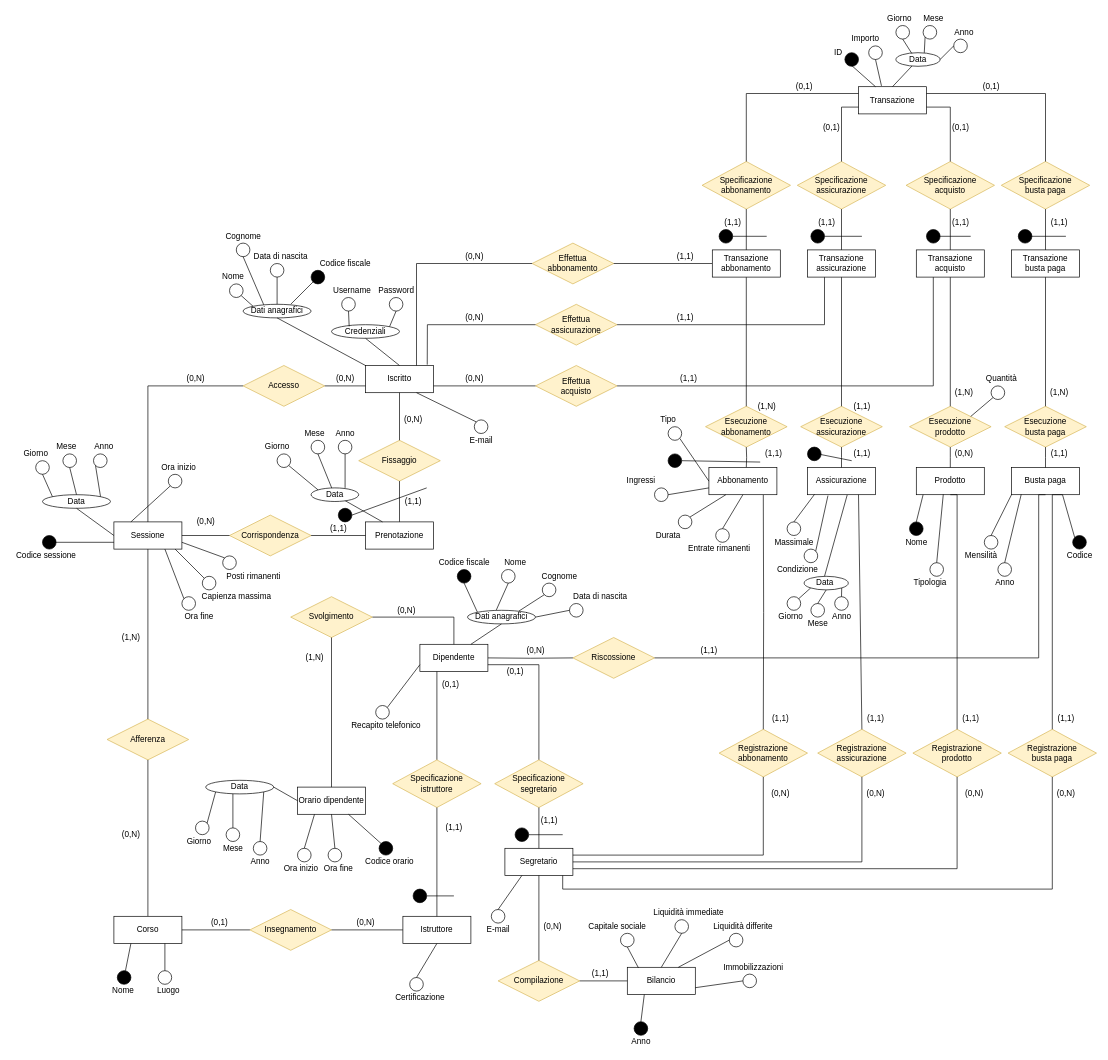
This is Diagrammi ER/ER_senza_gerarchie.drawio from DavideNunin/anconarockclimb, a draw.io file, before an edit. Source tidied: cells renumbered, new cells numbered last; positions are measured from the earlier drawing's top-left corner, leaving out a move shared by most shapes. Both pictures are drawn from the tidied source at 68%, with x=0, y=0 at pixel (12, 12).
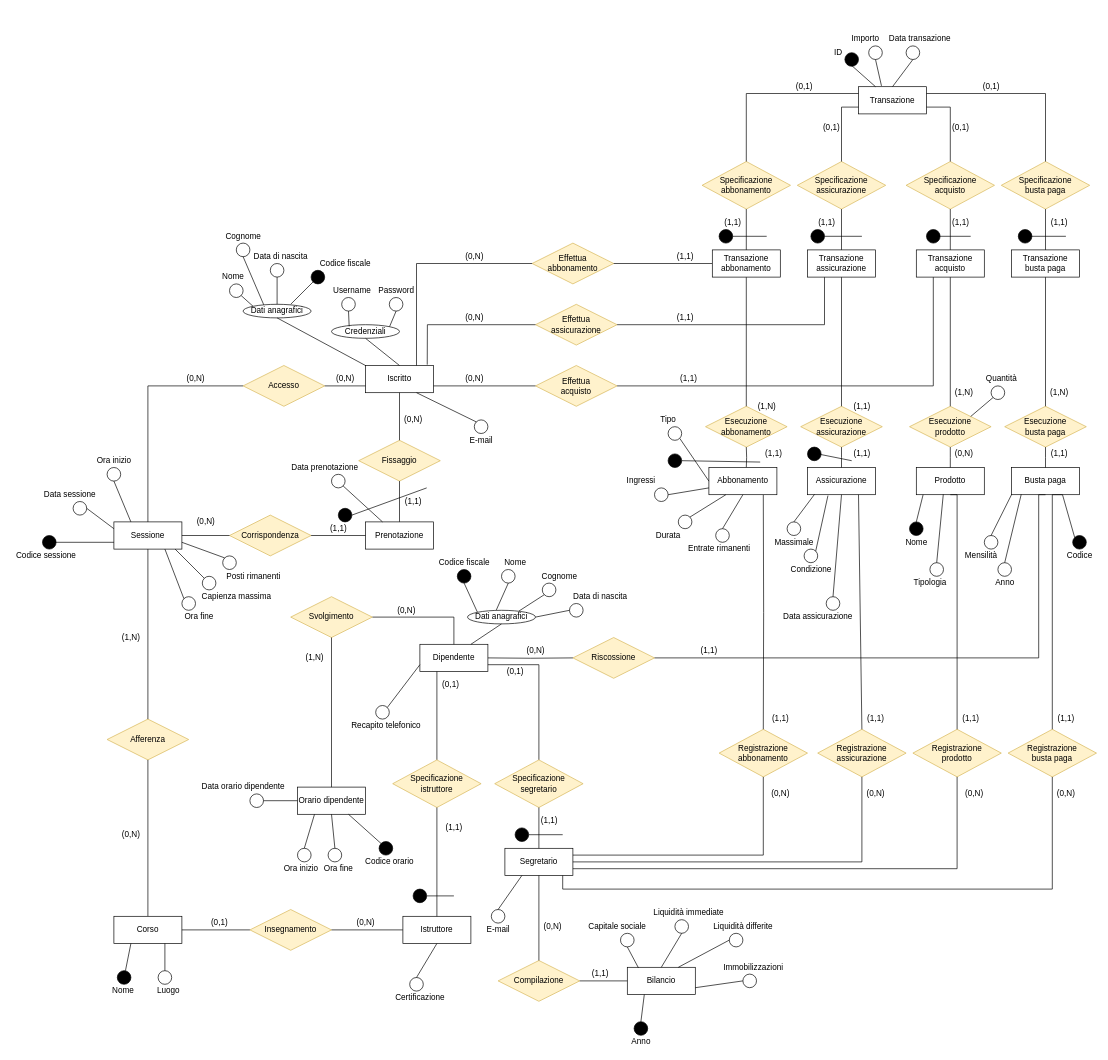
The same page after the edit.

The change refers to these unchanged cells:
```xml
<mxCell id="4" value="Sessione" style="whiteSpace=wrap;html=1;align=center;" parent="1" vertex="1">
  <mxGeometry x="150" y="750" width="100" height="40" as="geometry" />
</mxCell>
<mxCell id="9" value="Prenotazione" style="whiteSpace=wrap;html=1;align=center;" parent="1" vertex="1">
  <mxGeometry x="520" y="750" width="100" height="40" as="geometry" />
</mxCell>
<mxCell id="23" value="Assicurazione" style="whiteSpace=wrap;html=1;align=center;" parent="1" vertex="1">
  <mxGeometry x="1170" y="670" width="100" height="40" as="geometry" />
</mxCell>
<mxCell id="191" value="Transazione" style="whiteSpace=wrap;html=1;align=center;" parent="1" vertex="1">
  <mxGeometry x="1245" y="110" width="100" height="40" as="geometry" />
</mxCell>
<mxCell id="256" value="Orario dipendente" style="whiteSpace=wrap;html=1;align=center;" parent="1" vertex="1">
  <mxGeometry x="420" y="1140" width="100" height="40" as="geometry" />
</mxCell>
```

What changed in the source:
```diff
@@
-    <mxCell id="59" style="ellipse;whiteSpace=wrap;html=1;glass=0;" parent="1" vertex="1">
-      <mxGeometry x="35" y="660" width="20" height="20" as="geometry" />
-    </mxCell>
@@
-    <mxCell id="66" value="Giorno" style="text;html=1;align=center;verticalAlign=middle;strokeColor=none;fillColor=none;" parent="1" vertex="1">
-      <mxGeometry x="10" y="640" width="50" height="20" as="geometry" />
-    </mxCell>
@@
     <mxCell id="68" style="ellipse;whiteSpace=wrap;html=1;glass=0;" parent="1" vertex="1">
-      <mxGeometry x="230" y="680" width="20" height="20" as="geometry" />
+      <mxGeometry x="140" y="670" width="20" height="20" as="geometry" />
     </mxCell>
-    <mxCell id="69" style="ellipse;whiteSpace=wrap;html=1;glass=0;" parent="1" vertex="1">
-      <mxGeometry x="120" y="650" width="20" height="20" as="geometry" />
-    </mxCell>
     <mxCell id="70" style="ellipse;whiteSpace=wrap;html=1;glass=0;" parent="1" vertex="1">
-      <mxGeometry x="75" y="650" width="20" height="20" as="geometry" />
+      <mxGeometry x="90" y="720" width="20" height="20" as="geometry" />
     </mxCell>
-    <mxCell id="71" value="Mese" style="text;html=1;align=center;verticalAlign=middle;strokeColor=none;fillColor=none;" parent="1" vertex="1">
-      <mxGeometry x="55" y="630" width="50" height="20" as="geometry" />
-    </mxCell>
-    <mxCell id="72" value="Anno" style="text;html=1;align=center;verticalAlign=middle;strokeColor=none;fillColor=none;" parent="1" vertex="1">
-      <mxGeometry x="115" y="630" width="40" height="20" as="geometry" />
-    </mxCell>
     <mxCell id="73" value="Ora inizio" style="text;html=1;align=center;verticalAlign=middle;strokeColor=none;fillColor=none;" parent="1" vertex="1">
-      <mxGeometry x="210" y="660" width="70" height="20" as="geometry" />
+      <mxGeometry x="115" y="650" width="70" height="20" as="geometry" />
     </mxCell>
@@
-    <mxCell id="75" style="endArrow=none;html=1;rounded=0;entryX=0.25;entryY=0;entryDx=0;entryDy=0;exitX=0;exitY=1;exitDx=0;exitDy=0;" parent="1" edge="1" source="68" target="4">
+    <mxCell id="75" style="endArrow=none;html=1;rounded=0;entryX=0.25;entryY=0;entryDx=0;entryDy=0;exitX=0.5;exitY=1;exitDx=0;exitDy=0;" parent="1" edge="1" source="68" target="4">
       <mxGeometry relative="1" as="geometry" />
     </mxCell>
@@
-    <mxCell id="82" value="Data" style="ellipse;whiteSpace=wrap;html=1;align=center;glass=0;" parent="1" vertex="1">
-      <mxGeometry x="45" y="710" width="100" height="20" as="geometry" />
-    </mxCell>
-    <mxCell id="83" style="endArrow=none;html=1;rounded=0;entryX=0;entryY=0.5;entryDx=0;entryDy=0;exitX=0.5;exitY=1;exitDx=0;exitDy=0;" parent="1" edge="1" source="82" target="4">
-      <mxGeometry relative="1" as="geometry" />
-    </mxCell>
-    <mxCell id="84" style="endArrow=none;html=1;rounded=0;entryX=0.5;entryY=1;entryDx=0;entryDy=0;exitX=0;exitY=0;exitDx=0;exitDy=0;" parent="1" edge="1" source="82" target="59">
-      <mxGeometry relative="1" as="geometry" />
-    </mxCell>
-    <mxCell id="85" style="endArrow=none;html=1;rounded=0;entryX=0.5;entryY=1;entryDx=0;entryDy=0;exitX=0.5;exitY=0;exitDx=0;exitDy=0;" parent="1" edge="1" source="82" target="70">
+    <mxCell id="85" style="endArrow=none;html=1;rounded=0;entryX=1;entryY=0.5;entryDx=0;entryDy=0;exitX=0;exitY=0.25;exitDx=0;exitDy=0;entryPerimeter=0;" parent="1" edge="1" source="4" target="70">
       <mxGeometry relative="1" as="geometry" />
     </mxCell>
-    <mxCell id="86" style="endArrow=none;html=1;rounded=0;entryX=0;entryY=1;entryDx=0;entryDy=0;exitX=1;exitY=0;exitDx=0;exitDy=0;" parent="1" edge="1" source="82" target="69">
-      <mxGeometry relative="1" as="geometry" />
-    </mxCell>
@@
     <mxCell id="91" value="Condizione" style="text;html=1;align=center;verticalAlign=middle;strokeColor=none;fillColor=none;" parent="1" vertex="1">
-      <mxGeometry x="1115" y="810" width="80" height="20" as="geometry" />
+      <mxGeometry x="1135" y="810" width="80" height="20" as="geometry" />
     </mxCell>
@@
-    <mxCell id="93" style="endArrow=none;html=1;rounded=0;exitX=0.5;exitY=0;exitDx=0;exitDy=0;entryX=0.584;entryY=1.008;entryDx=0;entryDy=0;entryPerimeter=0;" parent="1" edge="1" target="23">
-      <mxGeometry relative="1" as="geometry">
-        <mxPoint x="1195" y="830" as="sourcePoint" />
-      </mxGeometry>
-    </mxCell>
@@
-    <mxCell id="106" style="endArrow=none;html=1;rounded=0;entryX=0.25;entryY=0;entryDx=0;entryDy=0;exitX=1;exitY=1;exitDx=0;exitDy=0;" parent="1" edge="1" target="9">
-      <mxGeometry relative="1" as="geometry">
-        <mxPoint x="487.1" y="717.1" as="sourcePoint" />
-      </mxGeometry>
-    </mxCell>
@@
-    <mxCell id="141" value="Data&amp;nbsp;" style="ellipse;whiteSpace=wrap;html=1;align=center;glass=0;" parent="1" vertex="1">
-      <mxGeometry x="1165" y="830" width="65" height="20" as="geometry" />
-    </mxCell>
-    <mxCell id="142" style="ellipse;whiteSpace=wrap;html=1;glass=0;" parent="1" vertex="1">
-      <mxGeometry x="1175" y="870" width="20" height="20" as="geometry" />
-    </mxCell>
     <mxCell id="143" style="ellipse;whiteSpace=wrap;html=1;glass=0;" parent="1" vertex="1">
-      <mxGeometry x="1210" y="860" width="20" height="20" as="geometry" />
+      <mxGeometry x="1197.5" y="860" width="20" height="20" as="geometry" />
     </mxCell>
-    <mxCell id="144" style="ellipse;whiteSpace=wrap;html=1;glass=0;" parent="1" vertex="1">
-      <mxGeometry x="1140" y="860" width="20" height="20" as="geometry" />
-    </mxCell>
-    <mxCell id="145" value="Giorno" style="text;html=1;align=center;verticalAlign=middle;strokeColor=none;fillColor=none;" parent="1" vertex="1">
-      <mxGeometry x="1120" y="880" width="50" height="20" as="geometry" />
-    </mxCell>
-    <mxCell id="146" value="Mese" style="text;html=1;align=center;verticalAlign=middle;strokeColor=none;fillColor=none;" parent="1" vertex="1">
-      <mxGeometry x="1160" y="890" width="50" height="20" as="geometry" />
-    </mxCell>
-    <mxCell id="147" value="Anno" style="text;html=1;align=center;verticalAlign=middle;strokeColor=none;fillColor=none;" parent="1" vertex="1">
-      <mxGeometry x="1200" y="880" width="40" height="20" as="geometry" />
+    <mxCell id="147" value="Data assicurazione" style="text;html=1;align=center;verticalAlign=middle;strokeColor=none;fillColor=none;" parent="1" vertex="1">
+      <mxGeometry x="1125" y="880" width="120" height="20" as="geometry" />
     </mxCell>
-    <mxCell id="148" style="endArrow=none;html=1;rounded=0;exitX=1;exitY=0;exitDx=0;exitDy=0;entryX=0;entryY=1;entryDx=0;entryDy=0;" parent="1" edge="1" source="144" target="141">
-      <mxGeometry relative="1" as="geometry" />
-    </mxCell>
-    <mxCell id="149" style="endArrow=none;html=1;rounded=0;exitX=0.5;exitY=0;exitDx=0;exitDy=0;entryX=0.5;entryY=1;entryDx=0;entryDy=0;" parent="1" edge="1" source="142" target="141">
-      <mxGeometry relative="1" as="geometry" />
-    </mxCell>
-    <mxCell id="150" style="endArrow=none;html=1;rounded=0;exitX=0.5;exitY=0;exitDx=0;exitDy=0;entryX=1;entryY=1;entryDx=0;entryDy=0;" parent="1" edge="1" source="143" target="141">
+    <mxCell id="150" style="endArrow=none;html=1;rounded=0;exitX=0.5;exitY=0;exitDx=0;exitDy=0;entryX=0.5;entryY=1;entryDx=0;entryDy=0;" parent="1" edge="1" source="143" target="23">
       <mxGeometry relative="1" as="geometry" />
     </mxCell>
-    <mxCell id="151" value="Data" style="ellipse;whiteSpace=wrap;html=1;align=center;glass=0;" parent="1" vertex="1">
-      <mxGeometry x="440" y="700" width="70" height="20" as="geometry" />
-    </mxCell>
-    <mxCell id="152" style="ellipse;whiteSpace=wrap;html=1;glass=0;" parent="1" vertex="1">
-      <mxGeometry x="480" y="630" width="20" height="20" as="geometry" />
-    </mxCell>
-    <mxCell id="153" style="ellipse;whiteSpace=wrap;html=1;glass=0;" parent="1" vertex="1">
-      <mxGeometry x="440" y="630" width="20" height="20" as="geometry" />
-    </mxCell>
     <mxCell id="154" style="ellipse;whiteSpace=wrap;html=1;glass=0;" parent="1" vertex="1">
-      <mxGeometry x="390" y="650" width="20" height="20" as="geometry" />
+      <mxGeometry x="470" y="680" width="20" height="20" as="geometry" />
     </mxCell>
-    <mxCell id="155" value="Giorno" style="text;html=1;align=center;verticalAlign=middle;strokeColor=none;fillColor=none;" parent="1" vertex="1">
-      <mxGeometry x="365" y="630" width="50" height="20" as="geometry" />
+    <mxCell id="155" value="Data prenotazione" style="text;html=1;align=center;verticalAlign=middle;strokeColor=none;fillColor=none;" parent="1" vertex="1">
+      <mxGeometry x="405" y="660" width="110" height="20" as="geometry" />
     </mxCell>
-    <mxCell id="156" value="Mese" style="text;html=1;align=center;verticalAlign=middle;strokeColor=none;fillColor=none;" parent="1" vertex="1">
-      <mxGeometry x="420" y="610" width="50" height="20" as="geometry" />
-    </mxCell>
-    <mxCell id="157" value="Anno" style="text;html=1;align=center;verticalAlign=middle;strokeColor=none;fillColor=none;" parent="1" vertex="1">
-      <mxGeometry x="470" y="610" width="40" height="20" as="geometry" />
-    </mxCell>
-    <mxCell id="158" style="endArrow=none;html=1;rounded=0;entryX=0;entryY=0;entryDx=0;entryDy=0;exitX=1;exitY=1;exitDx=0;exitDy=0;" parent="1" edge="1" source="154" target="151">
+    <mxCell id="158" style="endArrow=none;html=1;rounded=0;entryX=0.25;entryY=0;entryDx=0;entryDy=0;exitX=1;exitY=1;exitDx=0;exitDy=0;" parent="1" edge="1" source="154" target="9">
       <mxGeometry relative="1" as="geometry" />
     </mxCell>
-    <mxCell id="159" style="endArrow=none;html=1;rounded=0;entryX=0.714;entryY=0;entryDx=0;entryDy=0;exitX=0.5;exitY=1;exitDx=0;exitDy=0;entryPerimeter=0;" parent="1" edge="1" source="152" target="151">
-      <mxGeometry relative="1" as="geometry" />
-    </mxCell>
-    <mxCell id="160" style="endArrow=none;html=1;rounded=0;entryX=0.433;entryY=0.005;entryDx=0;entryDy=0;exitX=0.5;exitY=1;exitDx=0;exitDy=0;entryPerimeter=0;" parent="1" edge="1" source="153" target="151">
-      <mxGeometry relative="1" as="geometry" />
-    </mxCell>
@@
-    <mxCell id="197" style="ellipse;whiteSpace=wrap;html=1;glass=0;" parent="1" vertex="1">
-      <mxGeometry x="1300" y="20" width="20" height="20" as="geometry" />
-    </mxCell>
-    <mxCell id="198" style="ellipse;whiteSpace=wrap;html=1;glass=0;" parent="1" vertex="1">
-      <mxGeometry x="1340" y="20" width="20" height="20" as="geometry" />
-    </mxCell>
-    <mxCell id="199" style="ellipse;whiteSpace=wrap;html=1;glass=0;" parent="1" vertex="1">
-      <mxGeometry x="1385" y="40" width="20" height="20" as="geometry" />
-    </mxCell>
@@
-    <mxCell id="203" value="Data" style="ellipse;whiteSpace=wrap;html=1;align=center;glass=0;" parent="1" vertex="1">
-      <mxGeometry x="1300" y="60" width="65" height="20" as="geometry" />
-    </mxCell>
-    <mxCell id="204" style="endArrow=none;html=1;rounded=0;exitX=0.5;exitY=0;exitDx=0;exitDy=0;" parent="1" edge="1" source="191" target="203">
+    <mxCell id="204" style="endArrow=none;html=1;rounded=0;exitX=0.5;exitY=0;exitDx=0;exitDy=0;entryX=0.5;entryY=1;entryDx=0;entryDy=0;" parent="1" edge="1" source="191" target="357">
       <mxGeometry relative="1" as="geometry" />
     </mxCell>
-    <mxCell id="205" value="Giorno" style="text;html=1;align=center;verticalAlign=middle;strokeColor=none;fillColor=none;" parent="1" vertex="1">
-      <mxGeometry x="1280" width="50" height="20" as="geometry" />
-    </mxCell>
-    <mxCell id="206" style="endArrow=none;html=1;rounded=0;exitX=0.36;exitY=0.056;exitDx=0;exitDy=0;entryX=0.5;entryY=1;entryDx=0;entryDy=0;exitPerimeter=0;" parent="1" edge="1" source="203" target="197">
-      <mxGeometry relative="1" as="geometry" />
-    </mxCell>
-    <mxCell id="207" value="Mese" style="text;html=1;align=center;verticalAlign=middle;strokeColor=none;fillColor=none;" parent="1" vertex="1">
-      <mxGeometry x="1330" width="50" height="20" as="geometry" />
-    </mxCell>
-    <mxCell id="208" style="endArrow=none;html=1;rounded=0;exitX=0.642;exitY=0.01;exitDx=0;exitDy=0;entryX=0;entryY=1;entryDx=0;entryDy=0;exitPerimeter=0;" parent="1" edge="1" source="203" target="198">
-      <mxGeometry relative="1" as="geometry" />
-    </mxCell>
-    <mxCell id="209" value="Anno" style="text;html=1;align=center;verticalAlign=middle;strokeColor=none;fillColor=none;" parent="1" vertex="1">
-      <mxGeometry x="1380" y="20" width="40" height="20" as="geometry" />
-    </mxCell>
-    <mxCell id="210" style="endArrow=none;html=1;rounded=0;exitX=1;exitY=0.5;exitDx=0;exitDy=0;entryX=0;entryY=0.5;entryDx=0;entryDy=0;" parent="1" edge="1" source="203" target="199">
-      <mxGeometry relative="1" as="geometry" />
-    </mxCell>
@@
-    <mxCell id="267" style="endArrow=none;html=1;rounded=0;entryX=1;entryY=0.5;entryDx=0;entryDy=0;exitX=0;exitY=0.5;exitDx=0;exitDy=0;" parent="1" edge="1" source="256" target="316">
-      <mxGeometry relative="1" as="geometry" />
-    </mxCell>
@@
-    <mxCell id="313" style="ellipse;whiteSpace=wrap;html=1;glass=0;" parent="1" vertex="1">
-      <mxGeometry x="355" y="1220" width="20" height="20" as="geometry" />
-    </mxCell>
-    <mxCell id="314" style="ellipse;whiteSpace=wrap;html=1;glass=0;" parent="1" vertex="1">
-      <mxGeometry x="315" y="1200" width="20" height="20" as="geometry" />
-    </mxCell>
     <mxCell id="315" style="ellipse;whiteSpace=wrap;html=1;glass=0;" parent="1" vertex="1">
-      <mxGeometry x="270" y="1190" width="20" height="20" as="geometry" />
+      <mxGeometry x="350" y="1150" width="20" height="20" as="geometry" />
     </mxCell>
-    <mxCell id="316" value="Data" style="ellipse;whiteSpace=wrap;html=1;align=center;glass=0;" parent="1" vertex="1">
-      <mxGeometry x="285" y="1130" width="100" height="20" as="geometry" />
-    </mxCell>
-    <mxCell id="317" value="Giorno" style="text;html=1;align=center;verticalAlign=middle;strokeColor=none;fillColor=none;" parent="1" vertex="1">
-      <mxGeometry x="250" y="1210" width="50" height="20" as="geometry" />
-    </mxCell>
-    <mxCell id="318" value="Mese" style="text;html=1;align=center;verticalAlign=middle;strokeColor=none;fillColor=none;" parent="1" vertex="1">
-      <mxGeometry x="300" y="1220" width="50" height="20" as="geometry" />
-    </mxCell>
-    <mxCell id="319" value="Anno" style="text;html=1;align=center;verticalAlign=middle;strokeColor=none;fillColor=none;" parent="1" vertex="1">
-      <mxGeometry x="345" y="1240" width="40" height="20" as="geometry" />
-    </mxCell>
-    <mxCell id="320" style="endArrow=none;html=1;rounded=0;entryX=1;entryY=1;entryDx=0;entryDy=0;exitX=0.5;exitY=0;exitDx=0;exitDy=0;" parent="1" edge="1" source="313" target="316">
-      <mxGeometry relative="1" as="geometry" />
-    </mxCell>
-    <mxCell id="321" style="endArrow=none;html=1;rounded=0;entryX=0.5;entryY=0;entryDx=0;entryDy=0;exitX=0.4;exitY=1;exitDx=0;exitDy=0;exitPerimeter=0;" parent="1" edge="1" source="316" target="314">
-      <mxGeometry relative="1" as="geometry" />
-    </mxCell>
-    <mxCell id="322" style="endArrow=none;html=1;rounded=0;entryX=1;entryY=0;entryDx=0;entryDy=0;exitX=0;exitY=1;exitDx=0;exitDy=0;" parent="1" edge="1" source="316" target="315">
+    <mxCell id="322" style="endArrow=none;html=1;rounded=0;entryX=1;entryY=0.5;entryDx=0;entryDy=0;exitX=0;exitY=0.5;exitDx=0;exitDy=0;" parent="1" edge="1" source="256" target="315">
       <mxGeometry relative="1" as="geometry" />
     </mxCell>
@@
+    <mxCell id="355" value="Data sessione" style="text;html=1;align=center;verticalAlign=middle;strokeColor=none;fillColor=none;" parent="1" vertex="1">
+      <mxGeometry x="40" y="700" width="90" height="20" as="geometry" />
+    </mxCell>
+    <mxCell id="356" value="Data orario dipendente" style="text;html=1;align=center;verticalAlign=middle;strokeColor=none;fillColor=none;" parent="1" vertex="1">
+      <mxGeometry x="270" y="1130" width="140" height="20" as="geometry" />
+    </mxCell>
+    <mxCell id="357" style="ellipse;whiteSpace=wrap;html=1;glass=0;" parent="1" vertex="1">
+      <mxGeometry x="1315" y="50" width="20" height="20" as="geometry" />
+    </mxCell>
+    <mxCell id="358" value="Data transazione" style="text;html=1;align=center;verticalAlign=middle;strokeColor=none;fillColor=none;" parent="1" vertex="1">
+      <mxGeometry x="1280" y="30" width="110" height="20" as="geometry" />
+    </mxCell>
```
